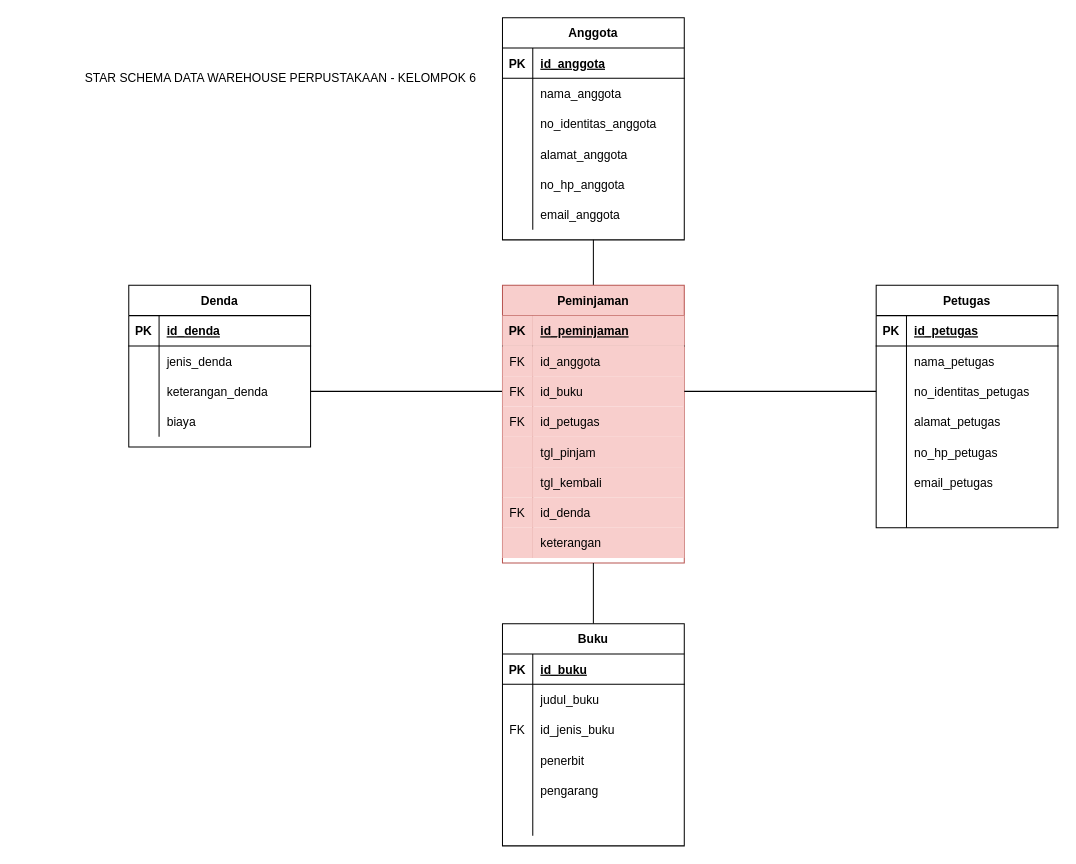
This is page "star schema" (1 of 2) of schema perpustakaan.drawio from mmillania/DataWareHouse, a draw.io file, before an edit. Source tidied: cells renumbered, new cells numbered last; positions are measured from the earlier drawing's top-left corner, leaving out a move shared by most shapes. Both pictures are drawn from the tidied source at 101%, with x=0, y=0 at pixel (78, 17).
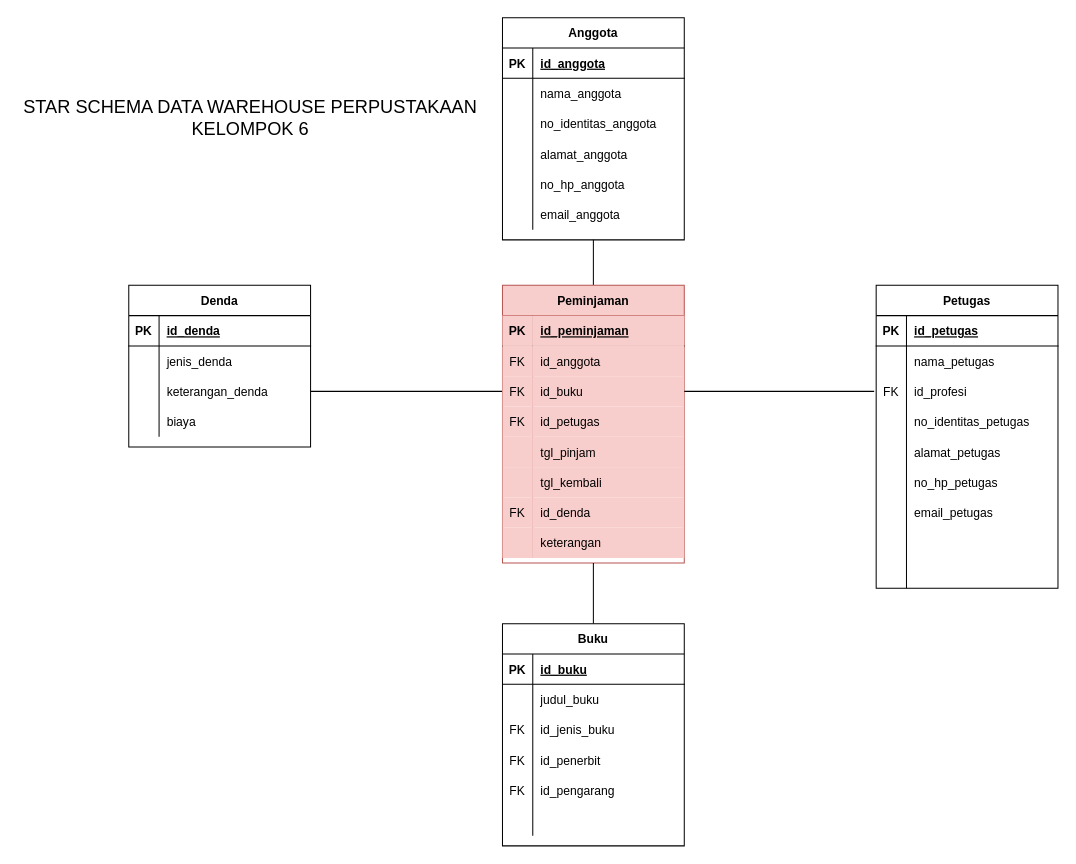
Above is the later version.

The change refers to these unchanged cells:
```xml
<mxCell id="60" style="shape=partialRectangle;fillColor=none;top=0;left=0;bottom=0;right=0;" parent="50" vertex="1">
  <mxGeometry y="120" width="180" height="30" as="geometry" />
</mxCell>
<mxCell id="63" style="shape=partialRectangle;fillColor=none;top=0;left=0;bottom=0;right=0;" parent="50" vertex="1">
  <mxGeometry y="150" width="180" height="30" as="geometry" />
</mxCell>
```

Diff of the diagram source:
```diff
@@
-    <mxCell id="48" style="endArrow=none;html=1;rounded=0;entryX=0;entryY=0.5;entryDx=0;entryDy=0;" parent="1" edge="1" target="90">
+    <mxCell id="48" style="endArrow=none;html=1;rounded=0;" parent="1" edge="1">
       <mxGeometry relative="1" as="geometry">
         <mxPoint x="600" y="370" as="sourcePoint" />
+        <mxPoint x="788" y="370" as="targetPoint" />
       </mxGeometry>
     </mxCell>
@@
-    <mxCell id="61" style="shape=partialRectangle;fillColor=none;top=0;left=0;bottom=0;right=0;overflow=hidden;" parent="60" vertex="1">
+    <mxCell id="61" value="FK" style="shape=partialRectangle;fillColor=none;top=0;left=0;bottom=0;right=0;overflow=hidden;" parent="60" vertex="1">
       <mxGeometry width="30" height="30" as="geometry" />
     </mxCell>
-    <mxCell id="62" value="penerbit" style="shape=partialRectangle;fillColor=none;top=0;left=0;bottom=0;right=0;align=left;spacingLeft=6;overflow=hidden;" parent="60" vertex="1">
+    <mxCell id="62" value="id_penerbit" style="shape=partialRectangle;fillColor=none;top=0;left=0;bottom=0;right=0;align=left;spacingLeft=6;overflow=hidden;" parent="60" vertex="1">
       <mxGeometry x="30" width="150" height="30" as="geometry" />
     </mxCell>
@@
-    <mxCell id="64" style="shape=partialRectangle;fillColor=none;top=0;left=0;bottom=0;right=0;overflow=hidden;" parent="63" vertex="1">
+    <mxCell id="64" value="FK" style="shape=partialRectangle;fillColor=none;top=0;left=0;bottom=0;right=0;overflow=hidden;" parent="63" vertex="1">
       <mxGeometry width="30" height="30" as="geometry" />
     </mxCell>
-    <mxCell id="65" value="pengarang" style="shape=partialRectangle;fillColor=none;top=0;left=0;bottom=0;right=0;align=left;spacingLeft=6;overflow=hidden;" parent="63" vertex="1">
+    <mxCell id="65" value="id_pengarang" style="shape=partialRectangle;fillColor=none;top=0;left=0;bottom=0;right=0;align=left;spacingLeft=6;overflow=hidden;" parent="63" vertex="1">
       <mxGeometry x="30" width="150" height="30" as="geometry" />
     </mxCell>
@@
-    <mxCell id="69" value="STAR SCHEMA DATA WAREHOUSE PERPUSTAKAAN - KELOMPOK 6" style="text;html=1;align=center;verticalAlign=middle;fillColor=none;strokeColor=none;rounded=0;startSize=30;strokeWidth=13;" parent="1" vertex="1">
-      <mxGeometry y="50" width="400" height="20" as="geometry" />
+    <mxCell id="69" value="&lt;font style=&quot;font-size: 18px&quot;&gt;STAR SCHEMA DATA WAREHOUSE PERPUSTAKAAN &lt;br&gt;KELOMPOK 6&lt;/font&gt;" style="text;html=1;align=center;verticalAlign=middle;fillColor=none;strokeColor=none;rounded=0;startSize=30;strokeWidth=13;" parent="1" vertex="1">
+      <mxGeometry x="-60" y="80" width="460" height="40" as="geometry" />
     </mxCell>
@@
     <mxCell id="83" value="Petugas" style="shape=table;startSize=30;childLayout=tableLayout;rowLines=0;fontStyle=1;align=center;rounded=0;" parent="1" vertex="1">
-      <mxGeometry x="790" y="265" width="180" height="240" as="geometry" />
+      <mxGeometry x="790" y="265" width="180" height="300" as="geometry" />
     </mxCell>
@@
+    <mxCell id="105" style="shape=partialRectangle;fillColor=none;top=0;left=0;bottom=0;right=0;" parent="83" vertex="1">
+      <mxGeometry y="90" width="180" height="30" as="geometry" />
+    </mxCell>
+    <mxCell id="106" value="FK" style="shape=partialRectangle;fillColor=none;top=0;left=0;bottom=0;right=0;fontStyle=0;overflow=hidden;" parent="105" vertex="1">
+      <mxGeometry width="30" height="30" as="geometry" />
+    </mxCell>
+    <mxCell id="107" value="id_profesi" style="shape=partialRectangle;fillColor=none;top=0;left=0;bottom=0;right=0;align=left;spacingLeft=6;fontStyle=0;overflow=hidden;" parent="105" vertex="1">
+      <mxGeometry x="30" width="150" height="30" as="geometry" />
+    </mxCell>
     <mxCell id="90" style="shape=partialRectangle;fillColor=none;top=0;left=0;bottom=0;right=0;points=[[0,0.5],[1,0.5]];portConstraint=eastwest;" parent="83" vertex="1">
-      <mxGeometry y="90" width="180" height="30" as="geometry" />
+      <mxGeometry y="120" width="180" height="30" as="geometry" />
     </mxCell>
@@
     <mxCell id="93" style="shape=partialRectangle;fillColor=none;top=0;left=0;bottom=0;right=0;" parent="83" vertex="1">
-      <mxGeometry y="120" width="180" height="30" as="geometry" />
+      <mxGeometry y="150" width="180" height="30" as="geometry" />
     </mxCell>
@@
     <mxCell id="96" style="shape=partialRectangle;fillColor=none;top=0;left=0;bottom=0;right=0;" parent="83" vertex="1">
-      <mxGeometry y="150" width="180" height="30" as="geometry" />
+      <mxGeometry y="180" width="180" height="30" as="geometry" />
     </mxCell>
@@
     <mxCell id="99" style="shape=partialRectangle;fillColor=none;top=0;left=0;bottom=0;right=0;" parent="83" vertex="1">
-      <mxGeometry y="180" width="180" height="30" as="geometry" />
+      <mxGeometry y="210" width="180" height="30" as="geometry" />
     </mxCell>
@@
     <mxCell id="102" style="shape=partialRectangle;fillColor=none;top=0;left=0;bottom=0;right=0;" parent="83" vertex="1">
-      <mxGeometry y="210" width="180" height="30" as="geometry" />
+      <mxGeometry y="240" width="180" height="30" as="geometry" />
     </mxCell>
@@
+    <mxCell id="108" style="shape=partialRectangle;fillColor=none;top=0;left=0;bottom=0;right=0;" parent="83" vertex="1">
+      <mxGeometry y="270" width="180" height="30" as="geometry" />
+    </mxCell>
+    <mxCell id="109" style="shape=partialRectangle;fillColor=none;top=0;left=0;bottom=0;right=0;overflow=hidden;" parent="108" vertex="1">
+      <mxGeometry width="30" height="30" as="geometry" />
+    </mxCell>
+    <mxCell id="110" style="shape=partialRectangle;fillColor=none;top=0;left=0;bottom=0;right=0;align=left;spacingLeft=6;overflow=hidden;" parent="108" vertex="1">
+      <mxGeometry x="30" width="150" height="30" as="geometry" />
+    </mxCell>
```
